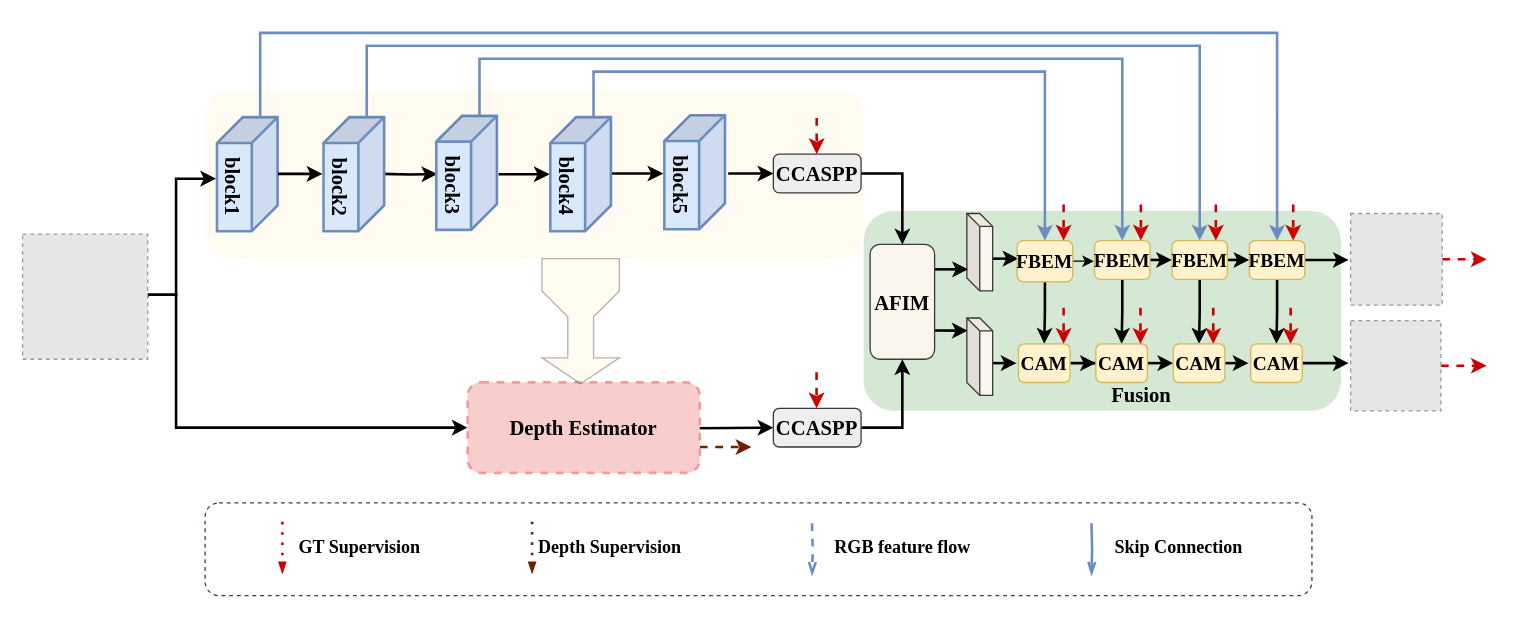
Above: uta.drawio in Hymhh/hymhh (draw.io), before the change. Source tidied: cells renumbered, new cells numbered last; positions are measured from the earlier drawing's top-left corner, leaving out a move shared by most shapes. Both pictures are drawn from the tidied source at 129%, with x=0, y=0 at pixel (22, 32). Pictures stored in the file or linked from it are replaced by grey dashed boxes.
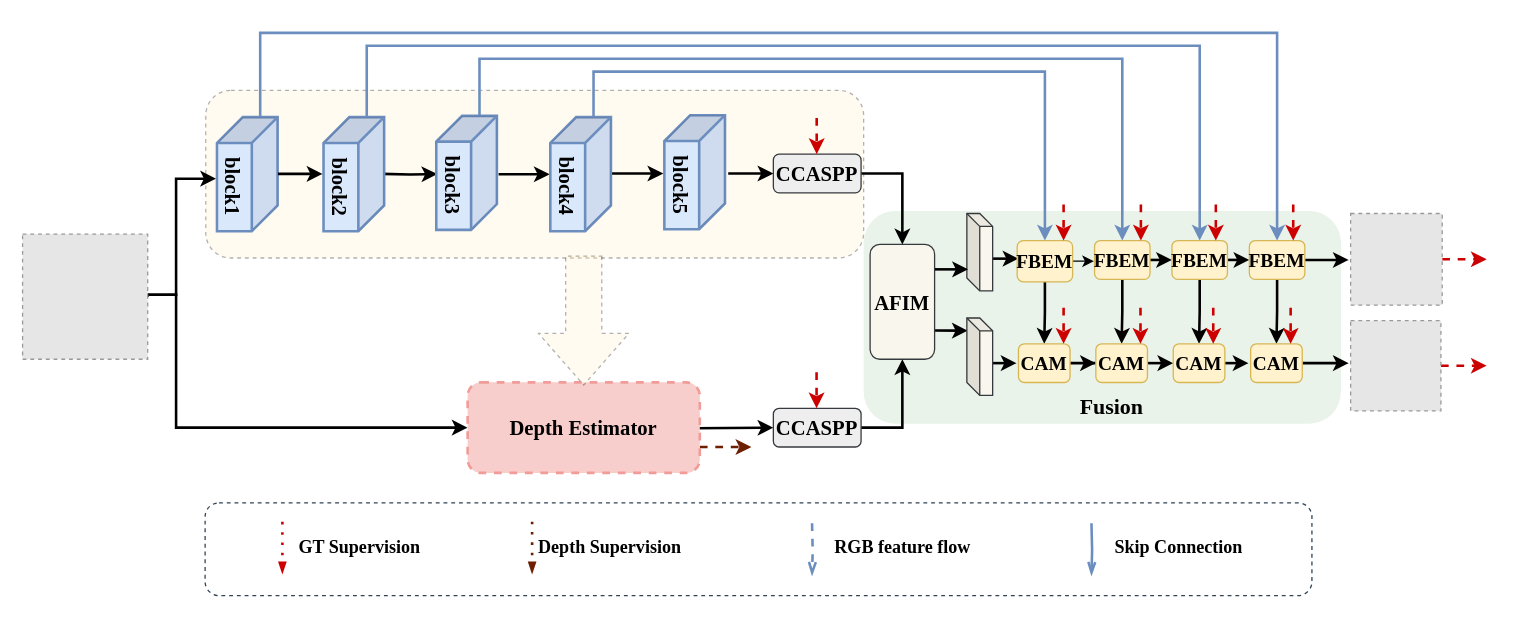
The same diagram, later.

Change to the diagram source:
```diff
@@
-    <mxCell id="2" style="rounded=1;whiteSpace=wrap;html=1;fillColor=#FFF2CC;opacity=30;strokeColor=none;" parent="1" vertex="1">
+    <mxCell id="2" style="rounded=1;whiteSpace=wrap;html=1;fillColor=#FFF2CC;opacity=30;strokeColor=default;dashed=1;" parent="1" vertex="1">
       <mxGeometry x="142" y="44.5" width="510" height="130" as="geometry" />
     </mxCell>
-    <mxCell id="3" style="rounded=1;whiteSpace=wrap;html=1;fillColor=#d5e8d4;strokeColor=none;" parent="1" vertex="1">
-      <mxGeometry x="652" y="138" width="370" height="155" as="geometry" />
+    <mxCell id="3" style="rounded=1;whiteSpace=wrap;html=1;fillColor=#d5e8d4;strokeColor=none;opacity=50;" parent="1" vertex="1">
+      <mxGeometry x="652" y="138" width="370" height="165" as="geometry" />
     </mxCell>
@@
-    <mxCell id="34" value="&lt;font face=&quot;Times New Roman&quot; size=&quot;1&quot;&gt;&lt;b style=&quot;font-size: 16px&quot;&gt;Fusion&lt;/b&gt;&lt;/font&gt;" style="text;html=1;align=center;verticalAlign=middle;fillColor=none;strokeColor=none;rounded=0;" parent="1" vertex="1">
-      <mxGeometry x="837" y="271" width="60" height="20" as="geometry" />
+    <mxCell id="34" value="&lt;font face=&quot;Times New Roman&quot; size=&quot;1&quot;&gt;&lt;b style=&quot;font-size: 17px&quot;&gt;Fusion&lt;/b&gt;&lt;/font&gt;" style="text;html=1;align=center;verticalAlign=middle;fillColor=none;strokeColor=none;rounded=0;" parent="1" vertex="1">
+      <mxGeometry x="814" y="281" width="60" height="20" as="geometry" />
     </mxCell>
@@
-    <mxCell id="79" style="html=1;shadow=0;dashed=0;align=center;verticalAlign=middle;shape=mxgraph.arrows2.tailedArrow;dy1=10;dx1=20;notch=0;arrowHead=20;dx2=25;dy2=30;fillColor=#FFF2CC;opacity=30;rotation=90;strokeColor=default;" parent="1" vertex="1">
-      <mxGeometry x="384.2" y="200" width="96.9" height="47" as="geometry" />
-    </mxCell>
+    <mxCell id="80" style="html=1;shadow=0;dashed=1;align=center;verticalAlign=middle;shape=mxgraph.arrows2.arrow;dy=0.6;dx=40;direction=south;notch=0;strokeColor=default;fillColor=#FFF2CC;gradientColor=none;opacity=30;" parent="1" vertex="1">
+      <mxGeometry x="400" y="173" width="70" height="100" as="geometry" />
+    </mxCell>
```
